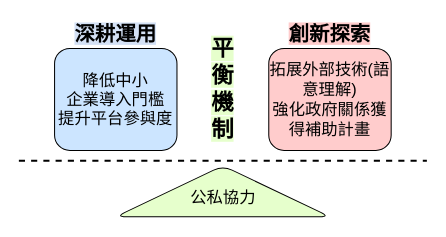
This is 論文ver1/圖片/第三階段平衡機制.drawio from carina419/NTUST, a draw.io file, before an edit. Source tidied: cells renumbered, new cells numbered last; positions are measured from the earlier drawing's top-left corner, leaving out a move shared by most shapes. Both pictures are drawn from the tidied source at 102%, with x=0, y=0 at pixel (18, 17).
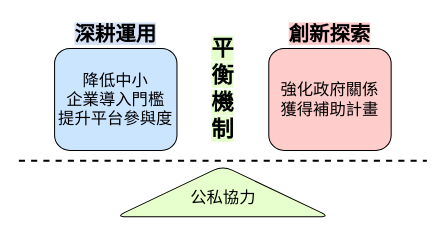
After the change.

What changed in the source:
```diff
@@
 <mxGraphModel>
   <root>
     <mxCell id="0" />
     <mxCell id="1" parent="0" />
     <mxCell id="2" style="triangle;whiteSpace=wrap;html=1;rounded=1;rotation=-90;fillColor=#E6FFCC;" parent="1" vertex="1">
       <mxGeometry x="175" y="65" width="50" height="210" as="geometry" />
     </mxCell>
     <mxCell id="3" style="endArrow=none;dashed=1;html=1;rounded=0;strokeWidth=2;strokeColor=default;" parent="1" edge="1">
       <mxGeometry relative="1" as="geometry">
         <mxPoint y="140" as="sourcePoint" />
         <mxPoint x="400" y="140" as="targetPoint" />
       </mxGeometry>
     </mxCell>
     <mxCell id="4" value="&lt;span style=&quot;font-family: 標楷體; font-size: 16px;&quot;&gt;降低中小&lt;/span&gt;&lt;div&gt;&lt;span style=&quot;font-family: 標楷體; font-size: 16px;&quot;&gt;企業導入門檻&lt;/span&gt;&lt;div&gt;&lt;font face=&quot;標楷體&quot;&gt;&lt;span style=&quot;font-size: 16px;&quot;&gt;提升平台參與度&lt;/span&gt;&lt;br&gt;&lt;/font&gt;&lt;/div&gt;&lt;/div&gt;" style="rounded=1;whiteSpace=wrap;html=1;fillColor=#CCE5FF;" parent="1" vertex="1">
       <mxGeometry x="35" y="30" width="120" height="100" as="geometry" />
     </mxCell>
-    <mxCell id="5" value="&lt;font face=&quot;標楷體&quot;&gt;&lt;span style=&quot;font-size: 16px;&quot;&gt;拓展外部技術(語意理解)&lt;br&gt;強化政府關係獲得補助計畫&lt;/span&gt;&lt;/font&gt;" style="rounded=1;whiteSpace=wrap;html=1;fillColor=#FFCCCC;" parent="1" vertex="1">
+    <mxCell id="5" value="&lt;font face=&quot;標楷體&quot;&gt;&lt;span style=&quot;font-size: 16px;&quot;&gt;強化政府關係&lt;/span&gt;&lt;/font&gt;&lt;div&gt;&lt;font face=&quot;標楷體&quot;&gt;&lt;span style=&quot;font-size: 16px;&quot;&gt;獲得補助計畫&lt;/span&gt;&lt;/font&gt;&lt;/div&gt;" style="rounded=1;whiteSpace=wrap;html=1;fillColor=#FFCCCC;" parent="1" vertex="1">
       <mxGeometry x="245" y="30" width="120" height="100" as="geometry" />
     </mxCell>
     <mxCell id="6" value="&lt;font style=&quot;font-size: 20px; background-color: rgb(212, 225, 245);&quot; face=&quot;標楷體&quot;&gt;&lt;b&gt;深耕運用&lt;/b&gt;&lt;/font&gt;" style="text;html=1;align=center;verticalAlign=middle;whiteSpace=wrap;rounded=0;" parent="1" vertex="1">
       <mxGeometry x="50" width="90" height="30" as="geometry" />
     </mxCell>
     <mxCell id="7" value="&lt;font style=&quot;font-size: 20px; background-color: rgb(255, 204, 204);&quot; face=&quot;標楷體&quot;&gt;&lt;b&gt;創新探索&lt;/b&gt;&lt;/font&gt;" style="text;html=1;align=center;verticalAlign=middle;whiteSpace=wrap;rounded=0;" parent="1" vertex="1">
       <mxGeometry x="260" width="90" height="30" as="geometry" />
     </mxCell>
     <mxCell id="8" value="&lt;font style=&quot;font-size: 22px; background-color: rgb(230, 255, 204);&quot; face=&quot;標楷體&quot;&gt;&lt;b&gt;平衡機制&lt;/b&gt;&lt;/font&gt;" style="text;html=1;align=center;verticalAlign=middle;whiteSpace=wrap;rounded=0;" parent="1" vertex="1">
       <mxGeometry x="190" y="57.1" width="20" height="25.7" as="geometry" />
     </mxCell>
     <mxCell id="9" value="&lt;p&gt;&lt;font face=&quot;標楷體&quot;&gt;&lt;span style=&quot;font-size: 16px;&quot;&gt;公私協力&lt;/span&gt;&lt;/font&gt;&lt;/p&gt;" style="text;strokeColor=none;align=center;fillColor=none;html=1;verticalAlign=middle;whiteSpace=wrap;rounded=0;" parent="1" vertex="1">
       <mxGeometry x="142.5" y="161" width="115" height="30" as="geometry" />
     </mxCell>
   </root>
 </mxGraphModel>
```
